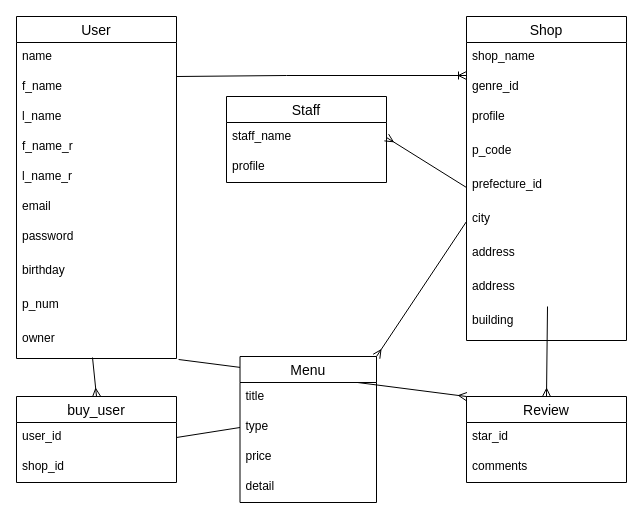
This is ER.dio from kazutoichikawa/rest-32531, a draw.io file, before an edit. Source tidied: cells renumbered, new cells numbered last; positions are measured from the earlier drawing's top-left corner, leaving out a move shared by most shapes. Both pictures are drawn from the tidied source at 100%, with x=0, y=0 at pixel (16, 16).
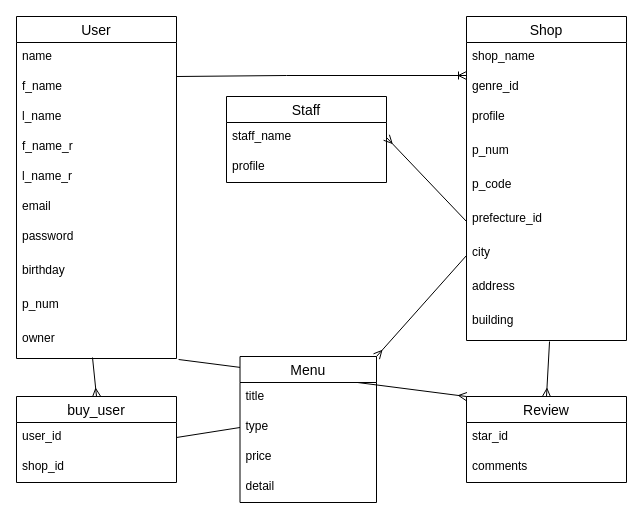
After the change.

The change refers to these unchanged cells:
```xml
<mxCell id="13" value="Shop" style="swimlane;fontStyle=0;horizontal=1;startSize=26;align=center;fontSize=14;" parent="1" vertex="1">
  <mxGeometry x="450" width="160" height="324" as="geometry" />
</mxCell>
<mxCell id="23" value="building" style="text;strokeColor=none;fillColor=none;spacingLeft=4;spacingRight=4;overflow=hidden;points=[[0,0.5],[1,0.5]];portConstraint=eastwest;fontSize=12;" parent="13" vertex="1">
  <mxGeometry y="290" width="160" height="34" as="geometry" />
</mxCell>
<mxCell id="24" value="Review" style="swimlane;fontStyle=0;horizontal=1;startSize=26;align=center;fontSize=14;" parent="1" vertex="1">
  <mxGeometry x="450" y="380" width="160" height="86" as="geometry" />
</mxCell>
```

Diff of the diagram source:
```diff
@@
+    <mxCell id="44" value="p_num" style="text;strokeColor=none;fillColor=none;spacingLeft=4;spacingRight=4;overflow=hidden;fontSize=12;" parent="13" vertex="1">
+      <mxGeometry y="120" width="160" height="34" as="geometry" />
+    </mxCell>
     <mxCell id="17" value="p_code" style="text;strokeColor=none;fillColor=none;spacingLeft=4;spacingRight=4;overflow=hidden;fontSize=12;" parent="13" vertex="1">
-      <mxGeometry y="120" width="160" height="34" as="geometry" />
+      <mxGeometry y="154" width="160" height="34" as="geometry" />
     </mxCell>
     <mxCell id="18" value="prefecture_id" style="text;strokeColor=none;fillColor=none;spacingLeft=4;spacingRight=4;overflow=hidden;points=[[0,0.5],[1,0.5]];portConstraint=eastwest;fontSize=12;" parent="13" vertex="1">
-      <mxGeometry y="154" width="160" height="34" as="geometry" />
+      <mxGeometry y="188" width="160" height="34" as="geometry" />
     </mxCell>
@@
     <mxCell id="20" value="city" style="text;strokeColor=none;fillColor=none;spacingLeft=4;spacingRight=4;overflow=hidden;points=[[0,0.5],[1,0.5]];portConstraint=eastwest;fontSize=12;" parent="13" vertex="1">
-      <mxGeometry y="188" width="160" height="34" as="geometry" />
+      <mxGeometry y="222" width="160" height="34" as="geometry" />
     </mxCell>
     <mxCell id="21" value="address" style="text;strokeColor=none;fillColor=none;spacingLeft=4;spacingRight=4;overflow=hidden;fontSize=12;" parent="13" vertex="1">
-      <mxGeometry y="222" width="160" height="34" as="geometry" />
+      <mxGeometry y="256" width="160" height="34" as="geometry" />
     </mxCell>
-    <mxCell id="22" value="address" style="text;strokeColor=none;fillColor=none;spacingLeft=4;spacingRight=4;overflow=hidden;fontSize=12;" parent="13" vertex="1">
-      <mxGeometry y="256" width="160" height="34" as="geometry" />
-    </mxCell>
@@
-    <mxCell id="30" style="endArrow=none;html=1;rounded=0;startArrow=ERmany;startFill=0;exitX=0.5;exitY=0;exitDx=0;exitDy=0;" parent="1" edge="1" source="24">
-      <mxGeometry relative="1" as="geometry">
-        <mxPoint x="531" y="290" as="targetPoint" />
-      </mxGeometry>
+    <mxCell id="30" style="endArrow=none;html=1;rounded=0;startArrow=ERmany;startFill=0;exitX=0.5;exitY=0;exitDx=0;exitDy=0;entryX=0.519;entryY=1.029;entryDx=0;entryDy=0;entryPerimeter=0;" parent="1" edge="1" source="24" target="23">
+      <mxGeometry relative="1" as="geometry" />
     </mxCell>
```
